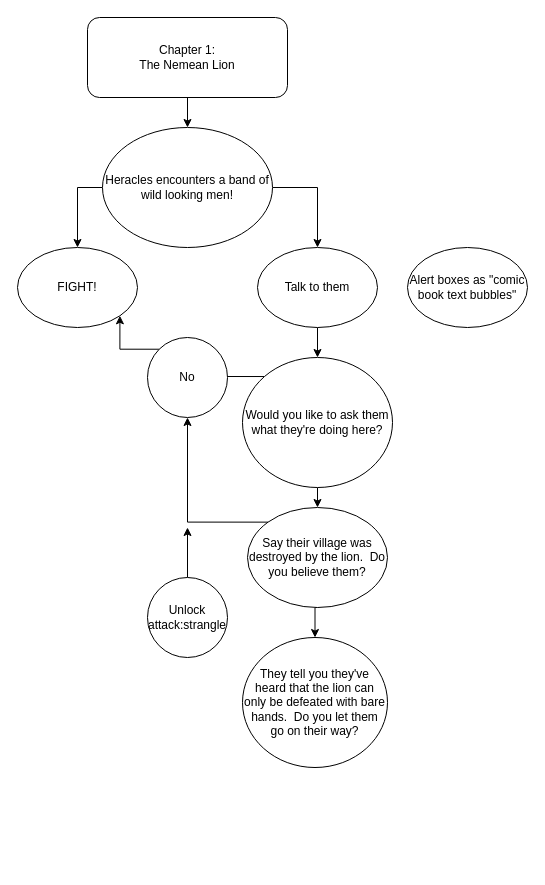
Midnight-Sighs/The_Partial_Tale_of_Heracles keeps this draw.io diagram as flowChart.drawio. Above is the earlier version. Source tidied: cells renumbered, new cells numbered last; positions are measured from the earlier drawing's top-left corner, leaving out a move shared by most shapes. Both pictures are drawn from the tidied source at 100%, with x=0, y=0 at pixel (17, 17).
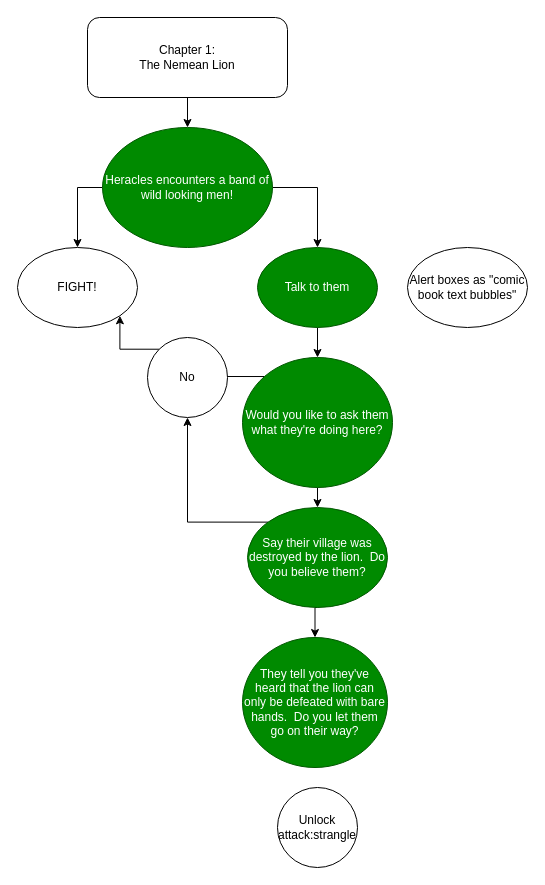
The same page after the edit.

Diff of the diagram source:
```diff
@@
-    <mxCell id="6" value="Heracles encounters a band of wild looking men!" style="ellipse;whiteSpace=wrap;html=1;" parent="1" vertex="1">
+    <mxCell id="6" value="Heracles encounters a band of wild looking men!" style="ellipse;whiteSpace=wrap;html=1;fillColor=#008a00;strokeColor=#005700;fontColor=#ffffff;" parent="1" vertex="1">
       <mxGeometry x="85" y="110" width="170" height="120" as="geometry" />
     </mxCell>
@@
-    <mxCell id="9" value="Talk to them" style="ellipse;whiteSpace=wrap;html=1;" parent="1" vertex="1">
+    <mxCell id="9" value="Talk to them" style="ellipse;whiteSpace=wrap;html=1;fillColor=#008a00;strokeColor=#005700;fontColor=#ffffff;" parent="1" vertex="1">
       <mxGeometry x="240" y="230" width="120" height="80" as="geometry" />
     </mxCell>
@@
-    <mxCell id="13" value="Would you like to ask them what they're doing here?" style="ellipse;whiteSpace=wrap;html=1;" parent="1" vertex="1">
+    <mxCell id="13" value="Would you like to ask them what they're doing here?" style="ellipse;whiteSpace=wrap;html=1;fillColor=#008a00;strokeColor=#005700;fontColor=#ffffff;" parent="1" vertex="1">
       <mxGeometry x="225" y="340" width="150" height="130" as="geometry" />
     </mxCell>
@@
-    <mxCell id="18" value="Say their village was destroyed by the lion.&amp;nbsp; Do you believe them?" style="ellipse;whiteSpace=wrap;html=1;" parent="1" vertex="1">
+    <mxCell id="18" value="Say their village was destroyed by the lion.&amp;nbsp; Do you believe them?" style="ellipse;whiteSpace=wrap;html=1;fillColor=#008a00;strokeColor=#005700;fontColor=#ffffff;" parent="1" vertex="1">
       <mxGeometry x="230" y="490" width="140" height="100" as="geometry" />
     </mxCell>
-    <mxCell id="19" value="They tell you they've heard that the lion can only be defeated with bare hands.&amp;nbsp; Do you let them go on their way?" style="ellipse;whiteSpace=wrap;html=1;" parent="1" vertex="1">
+    <mxCell id="19" value="They tell you they've heard that the lion can only be defeated with bare hands.&amp;nbsp; Do you let them go on their way?" style="ellipse;whiteSpace=wrap;html=1;fillColor=#008a00;strokeColor=#005700;fontColor=#ffffff;" parent="1" vertex="1">
       <mxGeometry x="225" y="620" width="145" height="130" as="geometry" />
     </mxCell>
-    <mxCell id="20" style="edgeStyle=orthogonalEdgeStyle;rounded=0;jettySize=auto;html=1;exitX=0.5;exitY=0;exitDx=0;exitDy=0;" parent="1" edge="1" source="21">
-      <mxGeometry relative="1" as="geometry">
-        <mxPoint x="170" y="510" as="targetPoint" />
-      </mxGeometry>
-    </mxCell>
     <mxCell id="21" value="Unlock attack:strangle" style="ellipse;whiteSpace=wrap;html=1;" parent="1" vertex="1">
-      <mxGeometry x="130" y="560" width="80" height="80" as="geometry" />
+      <mxGeometry x="260" y="770" width="80" height="80" as="geometry" />
     </mxCell>
```
